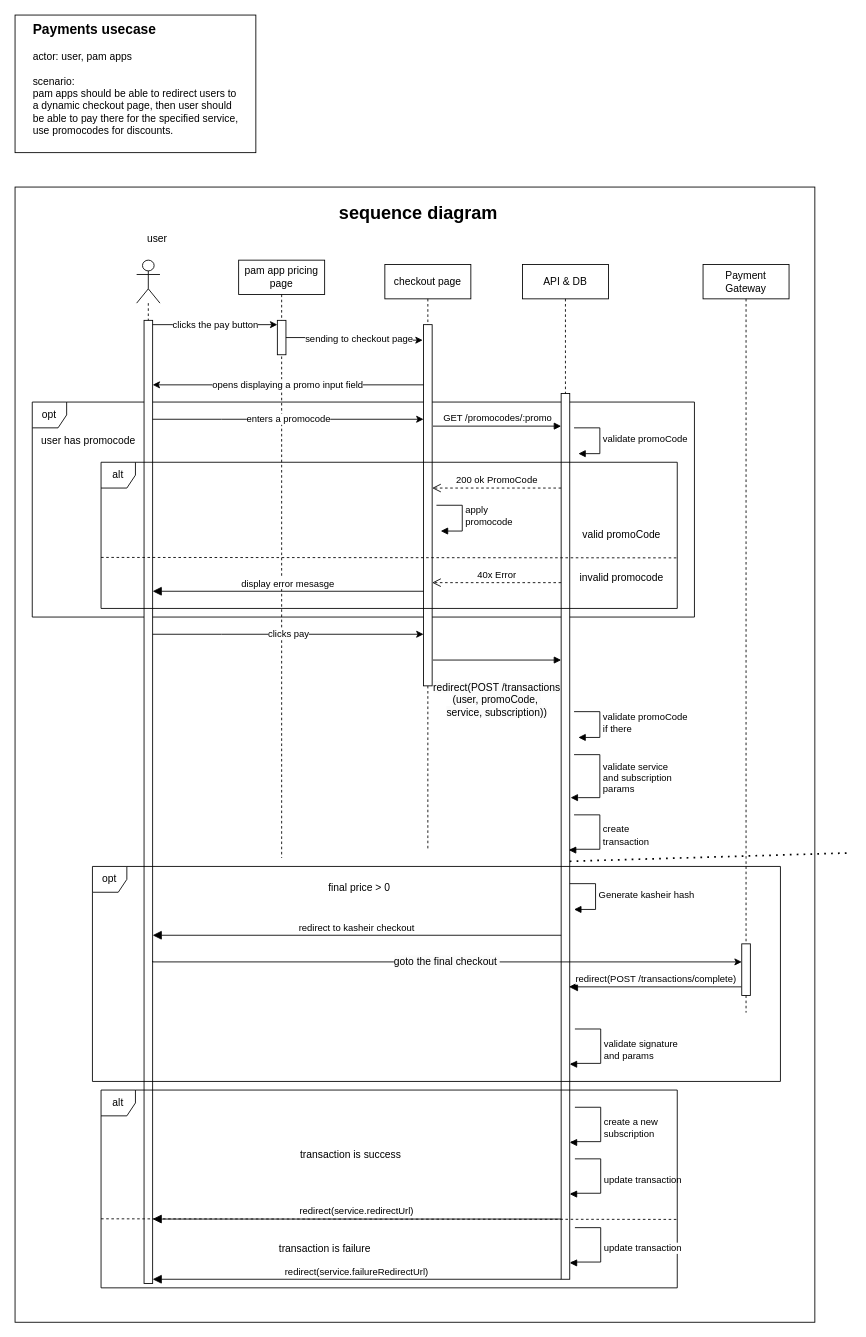
ahmed-elbehairy7/pamylka-system-design keeps this draw.io diagram as page "payments" (2 of 5) of pamylka - general.drawio. Above is the earlier version. Source tidied: cells renumbered, new cells numbered last; positions are measured from the earlier drawing's top-left corner, leaving out a move shared by most shapes. Both pictures are drawn from the tidied source at 86%, with x=0, y=0 at pixel (15, 15).
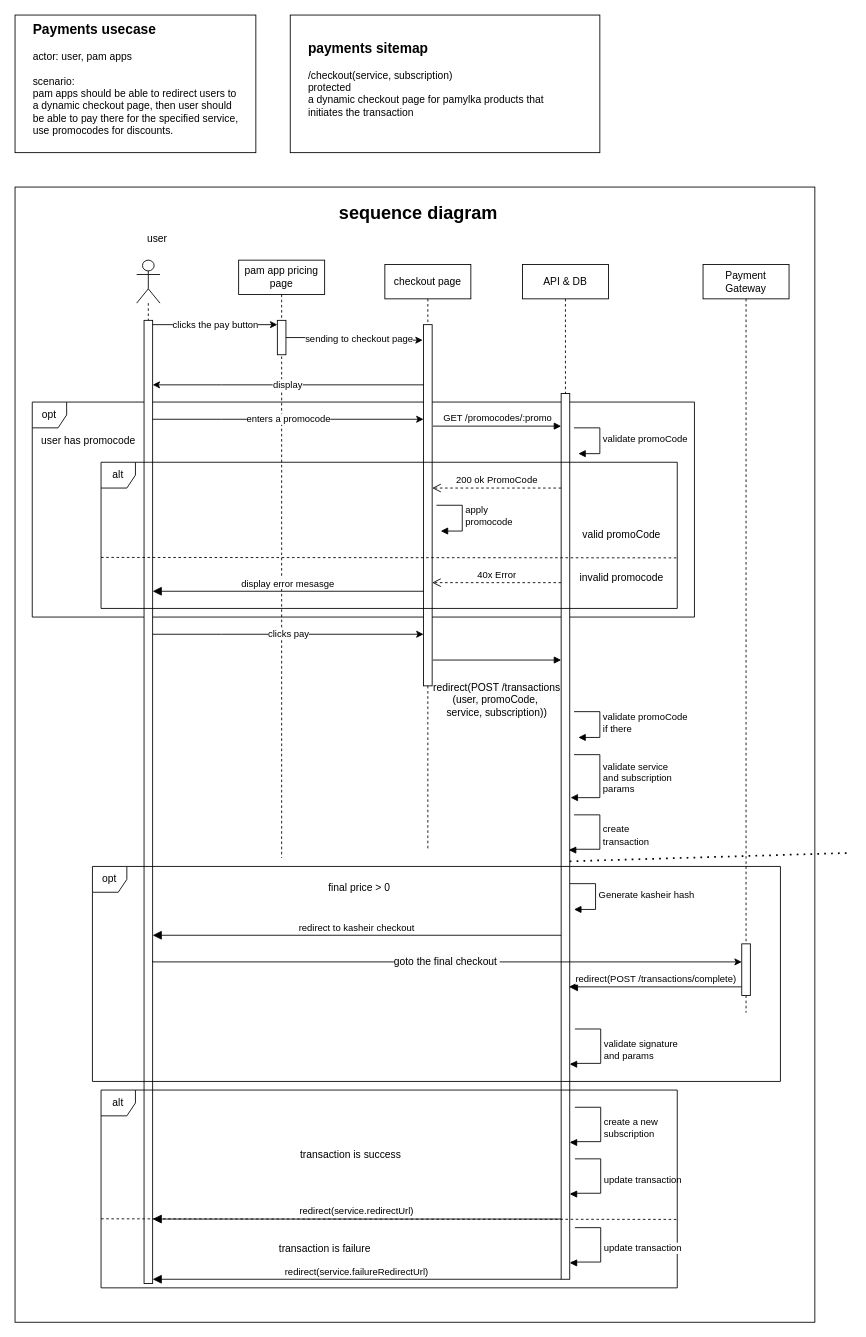
After the change.

Commit message (it also covers changes not shown here):
added profile sitemap

The change refers to these unchanged cells:
```xml
<mxCell id="2" style="group;" parent="1" vertex="1">
  <mxGeometry y="220" width="930" height="1300" as="geometry" />
</mxCell>
<mxCell id="6" style="html=1;points=[[0,0,0,0,5],[0,1,0,0,-5],[1,0,0,0,5],[1,1,0,0,-5]];perimeter=orthogonalPerimeter;outlineConnect=0;targetShapes=umlLifeline;portConstraint=eastwest;newEdgeStyle={&quot;curved&quot;:0,&quot;rounded&quot;:0};" parent="5" vertex="1">
  <mxGeometry x="8.6" y="70" width="10" height="1120" as="geometry" />
</mxCell>
<mxCell id="11" style="html=1;points=[[0,0,0,0,5],[0,1,0,0,-5],[1,0,0,0,5],[1,1,0,0,-5]];perimeter=orthogonalPerimeter;outlineConnect=0;targetShapes=umlLifeline;portConstraint=eastwest;newEdgeStyle={&quot;curved&quot;:0,&quot;rounded&quot;:0};" parent="10" vertex="1">
  <mxGeometry x="45" y="70" width="10" height="420" as="geometry" />
</mxCell>
```

Change to the diagram source:
```diff
@@
-    <mxCell id="13" value="opens displaying a promo input field" style="edgeStyle=orthogonalEdgeStyle;rounded=0;jettySize=auto;html=1;curved=0;" parent="2" edge="1" source="11" target="6">
+    <mxCell id="13" value="display" style="edgeStyle=orthogonalEdgeStyle;rounded=0;jettySize=auto;html=1;curved=0;" parent="2" edge="1" source="11" target="6">
       <mxGeometry relative="1" as="geometry">
         <Array as="points">
           <mxPoint x="240" y="210" />
           <mxPoint x="240" y="210" />
         </Array>
       </mxGeometry>
     </mxCell>
@@
+    <mxCell id="57" style="group;" parent="1" vertex="1">
+      <mxGeometry x="320" width="360" height="160" as="geometry" />
+    </mxCell>
+    <mxCell id="58" style="rounded=0;whiteSpace=wrap;html=1;" parent="57" vertex="1">
+      <mxGeometry width="360" height="160" as="geometry" />
+    </mxCell>
+    <mxCell id="59" value="&lt;div&gt;&lt;span style=&quot;font-size: 16px;&quot;&gt;&lt;b&gt;payments sitemap&lt;/b&gt;&lt;/span&gt;&lt;/div&gt;&lt;div&gt;&lt;br&gt;&lt;/div&gt;&lt;div&gt;/checkout(service, subscription)&lt;/div&gt;&lt;div&gt;protected&lt;/div&gt;&lt;div&gt;a dynamic checkout page for pamylka products that&lt;/div&gt;&lt;div&gt;initiates the transaction&lt;/div&gt;" style="text;html=1;align=left;verticalAlign=middle;strokeColor=none;fillColor=none;" parent="57" vertex="1">
+      <mxGeometry x="18.6" y="25" width="300" height="100" as="geometry" />
+    </mxCell>
```
